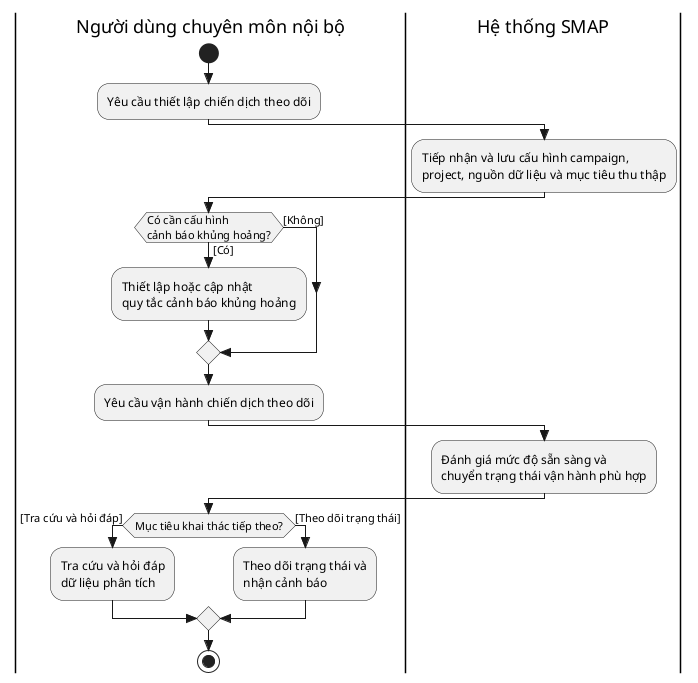
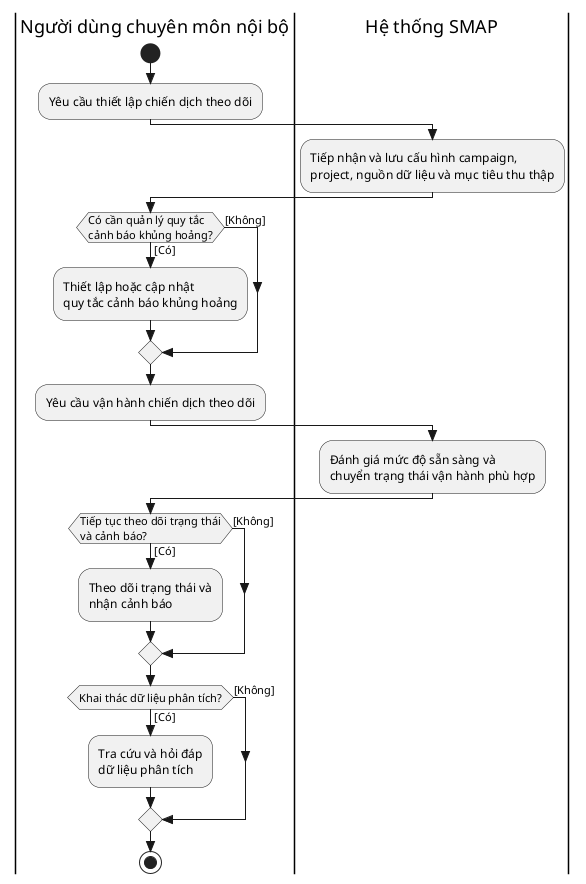
@startuml
skinparam style strictuml
skinparam shadowing false
skinparam defaultFontName Arial

|Người dùng chuyên môn nội bộ|
start
:Yêu cầu thiết lập chiến dịch theo dõi;

|Hệ thống SMAP|
:Tiếp nhận và lưu cấu hình campaign,
project, nguồn dữ liệu và mục tiêu thu thập;

|Người dùng chuyên môn nội bộ|
- if (Có cần cấu hình
+ if (Có cần quản lý quy tắc
cảnh báo khủng hoảng?) then ([Có])
  :Thiết lập hoặc cập nhật
  quy tắc cảnh báo khủng hoảng;
else ([Không])
endif

:Yêu cầu vận hành chiến dịch theo dõi;

|Hệ thống SMAP|
:Đánh giá mức độ sẵn sàng và
chuyển trạng thái vận hành phù hợp;

|Người dùng chuyên môn nội bộ|
- if (Mục tiêu khai thác tiếp theo?) then ([Tra cứu và hỏi đáp])
+ if (Tiếp tục theo dõi trạng thái
+ và cảnh báo?) then ([Có])
+   :Theo dõi trạng thái và
+   nhận cảnh báo;
+ else ([Không])
+ endif
+ 
+ if (Khai thác dữ liệu phân tích?) then ([Có])
  :Tra cứu và hỏi đáp
  dữ liệu phân tích;
- else ([Theo dõi trạng thái])
-   :Theo dõi trạng thái và
-   nhận cảnh báo;
+ else ([Không])
endif
stop
@enduml
